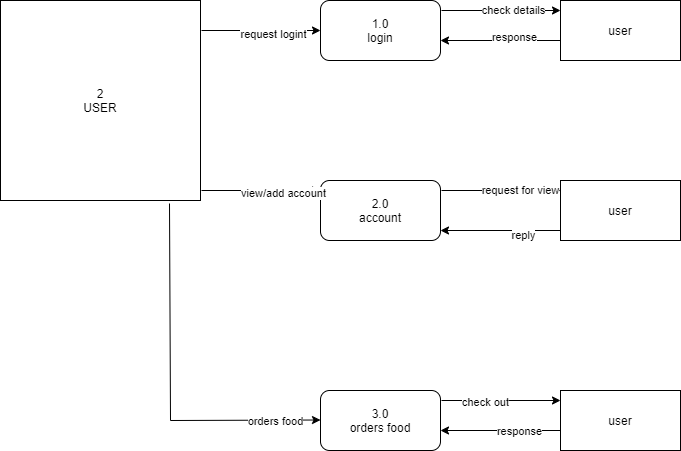
MikeOwino/draw.io keeps this draw.io diagram as Untitled Diagram.png. Above is the earlier version. Source tidied: cells renumbered, new cells last; positions are measured from the earlier drawing's top-left corner, leaving out a move shared by most shapes.
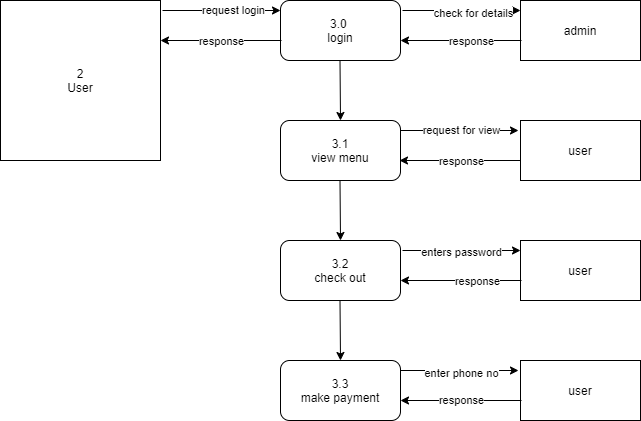
After the change.

What changed in the source:
```diff
@@ -2,115 +2,156 @@
   <root>
     <mxCell id="0" />
     <mxCell id="1" parent="0" />
-    <mxCell id="2" value="2&lt;br&gt;USER" style="whiteSpace=wrap;html=1;" parent="1" vertex="1">
-      <mxGeometry width="200" height="200" as="geometry" />
-    </mxCell>
-    <mxCell id="3" value="1.0&lt;br&gt;login" style="rounded=1;whiteSpace=wrap;html=1;" parent="1" vertex="1">
-      <mxGeometry x="320" width="120" height="60" as="geometry" />
-    </mxCell>
-    <mxCell id="4" value="2.0&lt;br&gt;account" style="rounded=1;whiteSpace=wrap;html=1;" parent="1" vertex="1">
-      <mxGeometry x="320" y="180" width="120" height="60" as="geometry" />
-    </mxCell>
-    <mxCell id="5" value="3.0&lt;br&gt;orders food" style="rounded=1;whiteSpace=wrap;html=1;" parent="1" vertex="1">
-      <mxGeometry x="320" y="390" width="120" height="60" as="geometry" />
-    </mxCell>
-    <mxCell id="6" value="user" style="rounded=0;whiteSpace=wrap;html=1;" parent="1" vertex="1">
-      <mxGeometry x="560" width="120" height="60" as="geometry" />
-    </mxCell>
-    <mxCell id="7" value="user" style="rounded=0;whiteSpace=wrap;html=1;" parent="1" vertex="1">
-      <mxGeometry x="560" y="180" width="120" height="60" as="geometry" />
-    </mxCell>
-    <mxCell id="8" value="user" style="rounded=0;whiteSpace=wrap;html=1;" parent="1" vertex="1">
-      <mxGeometry x="560" y="390" width="120" height="60" as="geometry" />
-    </mxCell>
-    <mxCell id="9" style="endArrow=classic;html=1;" parent="1" edge="1">
-      <mxGeometry relative="1" as="geometry">
-        <mxPoint x="201" y="30" as="sourcePoint" />
-        <mxPoint x="320" y="30" as="targetPoint" />
-        <Array as="points">
-          <mxPoint x="260" y="30" />
-        </Array>
-      </mxGeometry>
-    </mxCell>
-    <mxCell id="10" value="request logint" style="edgeLabel;html=1;align=center;verticalAlign=middle;" parent="9" vertex="1">
-      <mxGeometry x="0.19" y="-3" relative="1" as="geometry" />
-    </mxCell>
-    <mxCell id="11" style="endArrow=classic;html=1;" parent="1" edge="1">
-      <mxGeometry relative="1" as="geometry">
-        <mxPoint x="201" y="190" as="sourcePoint" />
-        <mxPoint x="320" y="190" as="targetPoint" />
-      </mxGeometry>
-    </mxCell>
-    <mxCell id="12" value="view/add account" style="edgeLabel;html=1;align=center;verticalAlign=middle;" parent="11" vertex="1">
-      <mxGeometry x="0.36" y="-2" relative="1" as="geometry" />
-    </mxCell>
-    <mxCell id="13" style="endArrow=classic;html=1;" parent="1" edge="1">
-      <mxGeometry relative="1" as="geometry">
-        <mxPoint x="170" y="420" as="sourcePoint" />
-        <mxPoint x="320" y="419.5" as="targetPoint" />
-      </mxGeometry>
-    </mxCell>
-    <mxCell id="14" value="orders food" style="edgeLabel;html=1;align=center;verticalAlign=middle;" parent="13" vertex="1">
-      <mxGeometry x="0.39" y="-1" relative="1" as="geometry" />
-    </mxCell>
-    <mxCell id="15" style="endArrow=classic;html=1;" parent="1" edge="1">
-      <mxGeometry relative="1" as="geometry">
-        <mxPoint x="441" y="400" as="sourcePoint" />
-        <mxPoint x="560" y="400" as="targetPoint" />
-      </mxGeometry>
-    </mxCell>
-    <mxCell id="16" value="check out" style="edgeLabel;html=1;align=center;verticalAlign=middle;" parent="15" vertex="1">
-      <mxGeometry x="-0.28" y="-1" relative="1" as="geometry" />
-    </mxCell>
-    <mxCell id="17" style="endArrow=classic;html=1;" parent="1" edge="1">
-      <mxGeometry relative="1" as="geometry">
-        <mxPoint x="441" y="190" as="sourcePoint" />
-        <mxPoint x="560" y="190" as="targetPoint" />
-      </mxGeometry>
-    </mxCell>
+    <mxCell id="28" value="2&lt;br&gt;User" style="whiteSpace=wrap;html=1;" parent="1" vertex="1">
+      <mxGeometry width="160" height="160" as="geometry" />
+    </mxCell>
+    <mxCell id="29" value="3.0&amp;nbsp;&lt;br&gt;login" style="rounded=1;whiteSpace=wrap;html=1;" parent="1" vertex="1">
+      <mxGeometry x="280" width="120" height="60" as="geometry" />
+    </mxCell>
+    <mxCell id="30" value="3.1&lt;br&gt;view menu" style="rounded=1;whiteSpace=wrap;html=1;" parent="1" vertex="1">
+      <mxGeometry x="280" y="120" width="120" height="60" as="geometry" />
+    </mxCell>
+    <mxCell id="31" value="3.2&lt;br&gt;check out" style="rounded=1;whiteSpace=wrap;html=1;" parent="1" vertex="1">
+      <mxGeometry x="280" y="240" width="120" height="60" as="geometry" />
+    </mxCell>
+    <mxCell id="32" value="3.3&lt;br&gt;make payment" style="rounded=1;whiteSpace=wrap;html=1;" parent="1" vertex="1">
+      <mxGeometry x="280" y="360" width="120" height="60" as="geometry" />
+    </mxCell>
+    <mxCell id="33" value="admin" style="rounded=0;whiteSpace=wrap;html=1;" parent="1" vertex="1">
+      <mxGeometry x="520" width="120" height="60" as="geometry" />
+    </mxCell>
+    <mxCell id="34" value="user" style="rounded=0;whiteSpace=wrap;html=1;" parent="1" vertex="1">
+      <mxGeometry x="520" y="120" width="120" height="60" as="geometry" />
+    </mxCell>
+    <mxCell id="35" value="user" style="rounded=0;whiteSpace=wrap;html=1;" parent="1" vertex="1">
+      <mxGeometry x="520" y="240" width="120" height="60" as="geometry" />
+    </mxCell>
+    <mxCell id="36" value="user" style="rounded=0;whiteSpace=wrap;html=1;" parent="1" vertex="1">
+      <mxGeometry x="520" y="360" width="120" height="60" as="geometry" />
+    </mxCell>
+    <mxCell id="37" style="endArrow=classic;html=1;" parent="1" edge="1">
+      <mxGeometry relative="1" as="geometry">
+        <mxPoint x="162" y="10" as="sourcePoint" />
+        <mxPoint x="280" y="10" as="targetPoint" />
+      </mxGeometry>
+    </mxCell>
+    <mxCell id="38" value="request login" style="edgeLabel;html=1;align=center;verticalAlign=middle;" parent="37" vertex="1">
+      <mxGeometry x="0.19" y="1" relative="1" as="geometry" />
+    </mxCell>
+    <mxCell id="39" style="endArrow=classic;html=1;" parent="1" edge="1">
+      <mxGeometry relative="1" as="geometry">
+        <mxPoint x="400" y="370" as="sourcePoint" />
+        <mxPoint x="518" y="370" as="targetPoint" />
+      </mxGeometry>
+    </mxCell>
+    <mxCell id="40" value="enter phone no" style="edgeLabel;html=1;align=center;verticalAlign=middle;" parent="39" vertex="1">
+      <mxGeometry x="0.22" y="-2" relative="1" as="geometry">
+        <mxPoint x="-12" as="offset" />
+      </mxGeometry>
+    </mxCell>
+    <mxCell id="41" style="endArrow=classic;html=1;" parent="1" edge="1">
+      <mxGeometry relative="1" as="geometry">
+        <mxPoint x="402" y="250" as="sourcePoint" />
+        <mxPoint x="520" y="250" as="targetPoint" />
+        <Array as="points">
+          <mxPoint x="470" y="250" />
+        </Array>
+      </mxGeometry>
+    </mxCell>
+    <mxCell id="42" value="enters password" style="edgeLabel;html=1;align=center;verticalAlign=middle;" parent="41" vertex="1">
+      <mxGeometry x="0.37" y="-1" relative="1" as="geometry">
+        <mxPoint x="-23" as="offset" />
+      </mxGeometry>
+    </mxCell>
+    <mxCell id="43" style="endArrow=classic;html=1;" parent="1" edge="1">
+      <mxGeometry relative="1" as="geometry">
+        <mxPoint x="400" y="130" as="sourcePoint" />
+        <mxPoint x="518" y="130" as="targetPoint" />
+      </mxGeometry>
+    </mxCell>
-    <mxCell id="18" value="request for view" style="edgeLabel;html=1;align=center;verticalAlign=middle;" parent="17" vertex="1">
-      <mxGeometry x="0.31" y="1" relative="1" as="geometry" />
+    <mxCell id="18" value="request for view" style="edgeLabel;html=1;align=center;verticalAlign=middle;" parent="43" vertex="1">
+      <mxGeometry x="0.19" y="1" relative="1" as="geometry">
+        <mxPoint x="-10" as="offset" />
+      </mxGeometry>
     </mxCell>
-    <mxCell id="19" style="endArrow=classic;html=1;" parent="1" edge="1">
-      <mxGeometry relative="1" as="geometry">
-        <mxPoint x="441" y="10" as="sourcePoint" />
-        <mxPoint x="560" y="10" as="targetPoint" />
-      </mxGeometry>
-    </mxCell>
-    <mxCell id="20" value="check details" style="edgeLabel;html=1;align=center;verticalAlign=middle;" parent="19" vertex="1">
-      <mxGeometry x="0.19" y="1" relative="1" as="geometry" />
-    </mxCell>
-    <mxCell id="21" style="endArrow=none;html=1;entryX=0.845;entryY=1.015;entryDx=0;entryDy=0;entryPerimeter=0;" parent="1" edge="1" target="2">
-      <mxGeometry relative="1" as="geometry">
-        <mxPoint x="170" y="420" as="sourcePoint" />
-      </mxGeometry>
-    </mxCell>
-    <mxCell id="22" style="endArrow=classic;html=1;" parent="1" edge="1">
-      <mxGeometry relative="1" as="geometry">
-        <mxPoint x="560" y="430" as="sourcePoint" />
-        <mxPoint x="440" y="430" as="targetPoint" />
-      </mxGeometry>
-    </mxCell>
-    <mxCell id="23" value="response" style="edgeLabel;html=1;align=center;verticalAlign=middle;" parent="22" vertex="1">
-      <mxGeometry x="-0.3" relative="1" as="geometry" />
-    </mxCell>
-    <mxCell id="24" style="endArrow=classic;html=1;" parent="1" edge="1">
-      <mxGeometry relative="1" as="geometry">
-        <mxPoint x="560" y="40" as="sourcePoint" />
-        <mxPoint x="440" y="40" as="targetPoint" />
-      </mxGeometry>
-    </mxCell>
-    <mxCell id="25" value="response" style="edgeLabel;html=1;align=center;verticalAlign=middle;" parent="24" vertex="1">
-      <mxGeometry x="-0.22" y="-4" relative="1" as="geometry" />
-    </mxCell>
-    <mxCell id="26" style="endArrow=classic;html=1;" parent="1" edge="1">
-      <mxGeometry relative="1" as="geometry">
-        <mxPoint x="560" y="230" as="sourcePoint" />
-        <mxPoint x="440" y="230" as="targetPoint" />
-      </mxGeometry>
-    </mxCell>
-    <mxCell id="27" value="reply" style="edgeLabel;html=1;align=center;verticalAlign=middle;" parent="26" vertex="1">
-      <mxGeometry x="-0.37" y="4" relative="1" as="geometry" />
-    </mxCell>
+    <mxCell id="44" style="endArrow=classic;html=1;" parent="1" edge="1">
+      <mxGeometry relative="1" as="geometry">
+        <mxPoint x="402" y="10" as="sourcePoint" />
+        <mxPoint x="520" y="10" as="targetPoint" />
+      </mxGeometry>
+    </mxCell>
+    <mxCell id="45" value="check for details" style="edgeLabel;html=1;align=center;verticalAlign=middle;" parent="44" vertex="1">
+      <mxGeometry x="0.19" y="-2" relative="1" as="geometry" />
+    </mxCell>
+    <mxCell id="46" style="endArrow=classic;html=1;" parent="1" edge="1">
+      <mxGeometry relative="1" as="geometry">
+        <mxPoint x="521" y="40" as="sourcePoint" />
+        <mxPoint x="400" y="40" as="targetPoint" />
+      </mxGeometry>
+    </mxCell>
+    <mxCell id="47" value="response" style="edgeLabel;html=1;align=center;verticalAlign=middle;" parent="46" vertex="1">
+      <mxGeometry x="-0.41" relative="1" as="geometry">
+        <mxPoint x="-15" as="offset" />
+      </mxGeometry>
+    </mxCell>
+    <mxCell id="48" style="endArrow=classic;html=1;" parent="1" edge="1">
+      <mxGeometry relative="1" as="geometry">
+        <mxPoint x="521" y="400" as="sourcePoint" />
+        <mxPoint x="400" y="400" as="targetPoint" />
+      </mxGeometry>
+    </mxCell>
+    <mxCell id="49" value="response" style="edgeLabel;html=1;align=center;verticalAlign=middle;" parent="48" vertex="1">
+      <mxGeometry x="-0.41" y="-1" relative="1" as="geometry">
+        <mxPoint x="-25" as="offset" />
+      </mxGeometry>
+    </mxCell>
+    <mxCell id="50" style="endArrow=classic;html=1;" parent="1" edge="1">
+      <mxGeometry relative="1" as="geometry">
+        <mxPoint x="521" y="280" as="sourcePoint" />
+        <mxPoint x="400" y="280" as="targetPoint" />
+      </mxGeometry>
+    </mxCell>
+    <mxCell id="51" value="response" style="edgeLabel;html=1;align=center;verticalAlign=middle;" parent="50" vertex="1">
+      <mxGeometry x="-0.26" relative="1" as="geometry" />
+    </mxCell>
+    <mxCell id="52" style="endArrow=classic;html=1;" parent="1" edge="1">
+      <mxGeometry relative="1" as="geometry">
+        <mxPoint x="520" y="160" as="sourcePoint" />
+        <mxPoint x="399" y="160" as="targetPoint" />
+      </mxGeometry>
+    </mxCell>
+    <mxCell id="53" value="response" style="edgeLabel;html=1;align=center;verticalAlign=middle;" parent="52" vertex="1">
+      <mxGeometry x="-0.45" y="2" relative="1" as="geometry">
+        <mxPoint x="-27" y="-2" as="offset" />
+      </mxGeometry>
+    </mxCell>
+    <mxCell id="54" style="endArrow=classic;html=1;" parent="1" edge="1">
+      <mxGeometry relative="1" as="geometry">
+        <mxPoint x="281" y="40" as="sourcePoint" />
+        <mxPoint x="160" y="40" as="targetPoint" />
+      </mxGeometry>
+    </mxCell>
+    <mxCell id="55" value="response" style="edgeLabel;html=1;align=center;verticalAlign=middle;" parent="54" vertex="1">
+      <mxGeometry x="-0.5" y="-1" relative="1" as="geometry">
+        <mxPoint x="-31" y="1" as="offset" />
+      </mxGeometry>
+    </mxCell>
+    <mxCell id="56" style="endArrow=classic;html=1;entryX=0.5;entryY=0;entryDx=0;entryDy=0;" parent="1" edge="1" target="31">
+      <mxGeometry relative="1" as="geometry">
+        <mxPoint x="339.5" y="180" as="sourcePoint" />
+      </mxGeometry>
+    </mxCell>
+    <mxCell id="57" style="endArrow=classic;html=1;entryX=0.5;entryY=0;entryDx=0;entryDy=0;" parent="1" edge="1">
+      <mxGeometry relative="1" as="geometry">
+        <mxPoint x="339.5" y="300" as="sourcePoint" />
+        <mxPoint x="340" y="360" as="targetPoint" />
+      </mxGeometry>
+    </mxCell>
+    <mxCell id="58" style="endArrow=classic;html=1;entryX=0.5;entryY=0;entryDx=0;entryDy=0;" parent="1" edge="1">
+      <mxGeometry relative="1" as="geometry">
+        <mxPoint x="339.5" y="60" as="sourcePoint" />
+        <mxPoint x="340" y="120" as="targetPoint" />
+      </mxGeometry>
+    </mxCell>
   </root>
 </mxGraphModel>
```
